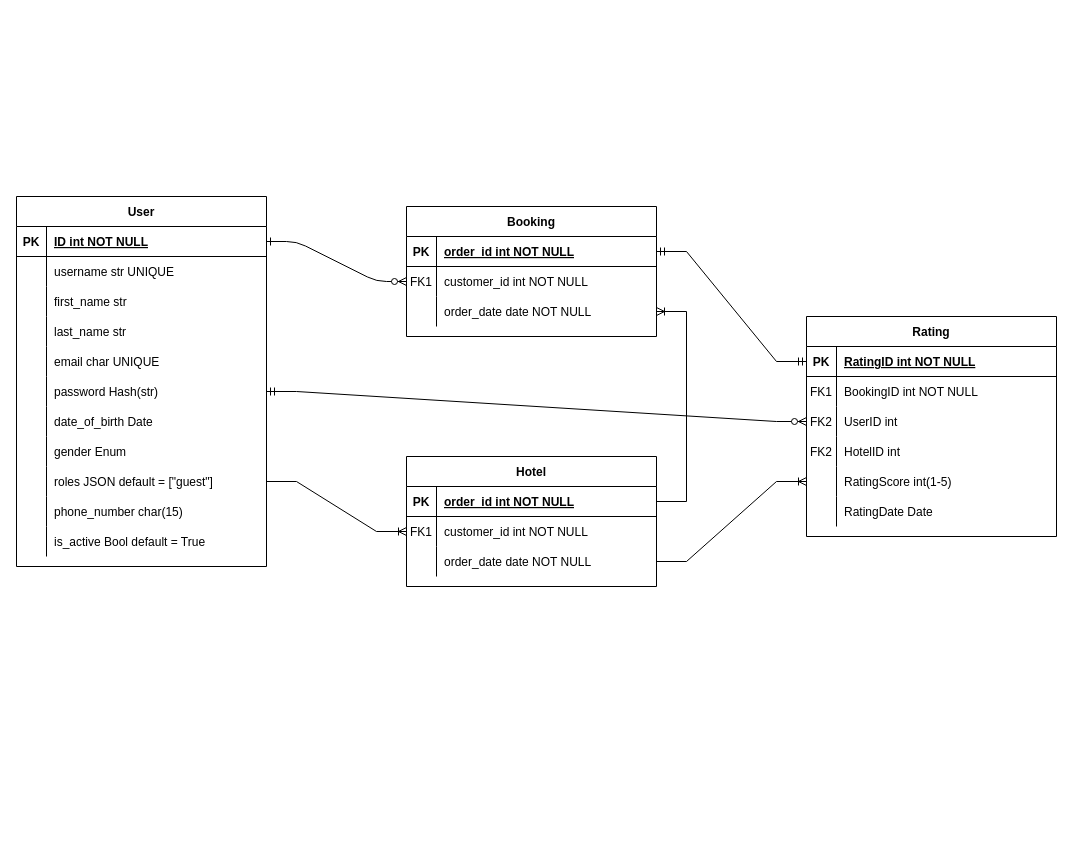
Earlier version of the draw.io diagram ER diagram.drawio (YunusEmreBEYAZ/fastApi-exercise). Source tidied: cells renumbered, new cells numbered last; positions are measured from the earlier drawing's top-left corner, leaving out a move shared by most shapes. Both pictures are drawn from the tidied source at 100%, with x=0, y=0 at pixel (16, 196).
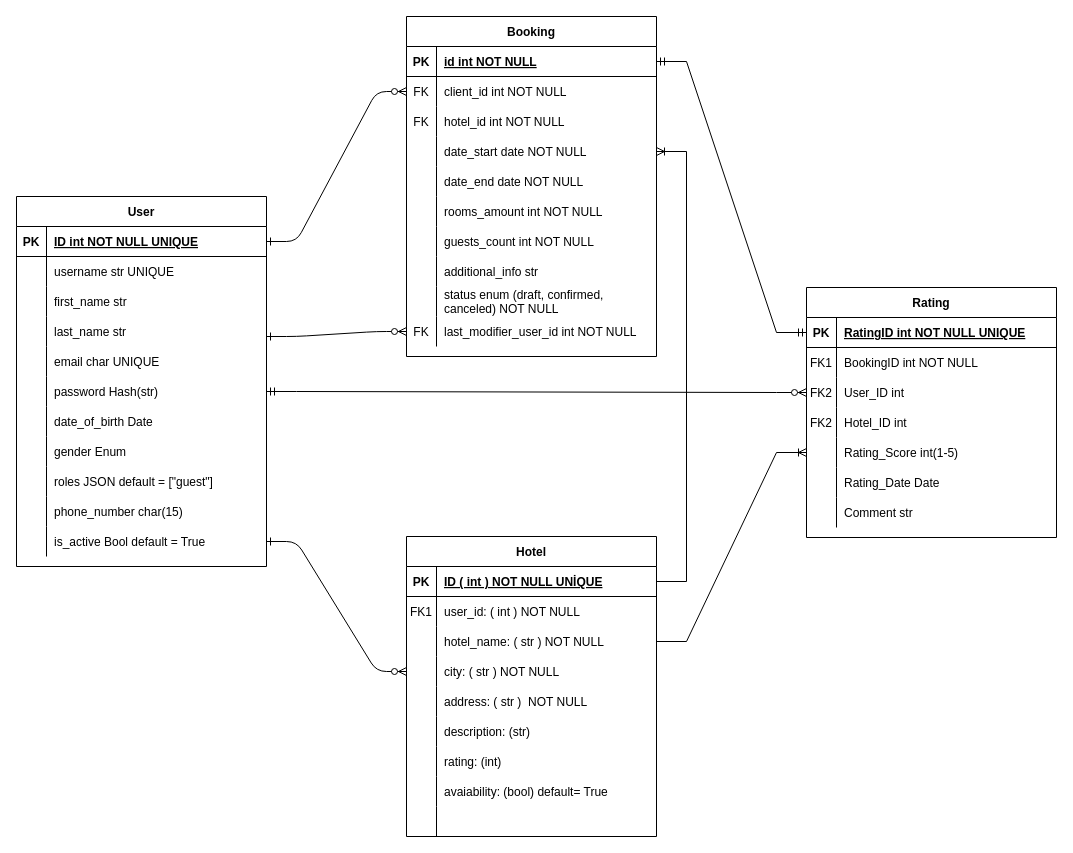
The same diagram, later.

The change refers to these unchanged cells:
```xml
<mxCell id="4" style="shape=partialRectangle;fillColor=none;points=[[0,0.5],[1,0.5]];portConstraint=eastwest;top=0;left=0;right=0;bottom=1;" parent="3" vertex="1">
  <mxGeometry y="30" width="250" height="30" as="geometry" />
</mxCell>
<mxCell id="7" style="shape=partialRectangle;fillColor=none;points=[[0,0.5],[1,0.5]];portConstraint=eastwest;top=0;left=0;right=0;bottom=0;" parent="3" vertex="1">
  <mxGeometry y="60" width="250" height="30" as="geometry" />
</mxCell>
<mxCell id="14" style="shape=partialRectangle;fillColor=none;points=[[0,0.5],[1,0.5]];portConstraint=eastwest;top=0;left=0;right=0;bottom=1;" parent="13" vertex="1">
  <mxGeometry y="30" width="250" height="30" as="geometry" />
</mxCell>
<mxCell id="38" style="shape=partialRectangle;fillColor=none;points=[[0,0.5],[1,0.5]];portConstraint=eastwest;top=0;left=0;right=0;bottom=0;" parent="13" vertex="1">
  <mxGeometry y="270" width="250" height="30" as="geometry" />
</mxCell>
<mxCell id="44" style="shape=partialRectangle;fillColor=none;points=[[0,0.5],[1,0.5]];portConstraint=eastwest;top=0;left=0;right=0;bottom=0;" parent="13" vertex="1">
  <mxGeometry y="330" width="250" height="30" as="geometry" />
</mxCell>
<mxCell id="48" style="shape=partialRectangle;fillColor=none;points=[[0,0.5],[1,0.5]];portConstraint=eastwest;top=0;left=0;right=0;bottom=1;" parent="47" vertex="1">
  <mxGeometry y="30" width="250" height="30" as="geometry" />
</mxCell>
<mxCell id="51" style="shape=partialRectangle;fillColor=none;points=[[0,0.5],[1,0.5]];portConstraint=eastwest;top=0;left=0;right=0;bottom=0;" parent="47" vertex="1">
  <mxGeometry y="60" width="250" height="30" as="geometry" />
</mxCell>
<mxCell id="54" style="shape=partialRectangle;fillColor=none;points=[[0,0.5],[1,0.5]];portConstraint=eastwest;top=0;left=0;right=0;bottom=0;" parent="47" vertex="1">
  <mxGeometry y="90" width="250" height="30" as="geometry" />
</mxCell>
<mxCell id="60" style="shape=partialRectangle;fillColor=none;points=[[0,0.5],[1,0.5]];portConstraint=eastwest;top=0;left=0;right=0;bottom=1;" parent="59" vertex="1">
  <mxGeometry y="30" width="250" height="30" as="geometry" />
</mxCell>
<mxCell id="66" style="shape=partialRectangle;fillColor=none;points=[[0,0.5],[1,0.5]];portConstraint=eastwest;top=0;left=0;right=0;bottom=0;" parent="59" vertex="1">
  <mxGeometry y="90" width="250" height="30" as="geometry" />
</mxCell>
<mxCell id="69" style="shape=partialRectangle;fillColor=none;top=0;left=0;right=0;bottom=0;" parent="59" vertex="1">
  <mxGeometry y="120" width="250" height="30" as="geometry" />
</mxCell>
<mxCell id="72" style="shape=partialRectangle;fillColor=none;points=[[0,0.5],[1,0.5]];portConstraint=eastwest;top=0;left=0;right=0;bottom=0;" parent="59" vertex="1">
  <mxGeometry y="150" width="250" height="30" as="geometry" />
</mxCell>
<mxCell id="75" style="shape=partialRectangle;fillColor=none;top=0;left=0;right=0;bottom=0;" parent="59" vertex="1">
  <mxGeometry y="180" width="250" height="30" as="geometry" />
</mxCell>
```

Diff of the diagram source:
```diff
@@
     <mxCell id="3" value="Booking" style="shape=table;startSize=30;childLayout=tableLayout;rowLines=0;fontStyle=1;align=center;" parent="1" vertex="1">
-      <mxGeometry x="390" y="10" width="250" height="130" as="geometry" />
+      <mxGeometry x="390" y="-180" width="250" height="340" as="geometry" />
     </mxCell>
@@
-    <mxCell id="6" value="order_id int NOT NULL " style="shape=partialRectangle;overflow=hidden;fillColor=none;top=0;left=0;bottom=0;right=0;align=left;spacingLeft=6;fontStyle=5;" parent="4" vertex="1">
+    <mxCell id="6" value="id int NOT NULL " style="shape=partialRectangle;overflow=hidden;fillColor=none;top=0;left=0;bottom=0;right=0;align=left;spacingLeft=6;fontStyle=5;" parent="4" vertex="1">
       <mxGeometry x="30" width="220" height="30" as="geometry" />
     </mxCell>
@@
-    <mxCell id="8" value="FK1" style="shape=partialRectangle;overflow=hidden;fillColor=none;top=0;left=0;bottom=0;right=0;" parent="7" vertex="1">
+    <mxCell id="8" value="FK" style="shape=partialRectangle;overflow=hidden;fillColor=none;top=0;left=0;bottom=0;right=0;" parent="7" vertex="1">
       <mxGeometry width="30" height="30" as="geometry" />
     </mxCell>
-    <mxCell id="9" value="customer_id int NOT NULL" style="shape=partialRectangle;overflow=hidden;fillColor=none;top=0;left=0;bottom=0;right=0;align=left;spacingLeft=6;" parent="7" vertex="1">
+    <mxCell id="9" value="client_id int NOT NULL" style="shape=partialRectangle;overflow=hidden;fillColor=none;top=0;left=0;bottom=0;right=0;align=left;spacingLeft=6;" parent="7" vertex="1">
       <mxGeometry x="30" width="220" height="30" as="geometry" />
     </mxCell>
+    <mxCell id="81" style="shape=partialRectangle;fillColor=none;top=0;left=0;right=0;bottom=0;" parent="3" vertex="1">
+      <mxGeometry y="90" width="250" height="30" as="geometry" />
+    </mxCell>
+    <mxCell id="82" value="FK" style="shape=partialRectangle;overflow=hidden;fillColor=none;top=0;left=0;bottom=0;right=0;" parent="81" vertex="1">
+      <mxGeometry width="30" height="30" as="geometry" />
+    </mxCell>
+    <mxCell id="83" value="hotel_id int NOT NULL" style="shape=partialRectangle;overflow=hidden;fillColor=none;top=0;left=0;bottom=0;right=0;align=left;spacingLeft=6;" parent="81" vertex="1">
+      <mxGeometry x="30" width="220" height="30" as="geometry" />
+    </mxCell>
     <mxCell id="10" style="shape=partialRectangle;fillColor=none;points=[[0,0.5],[1,0.5]];portConstraint=eastwest;top=0;left=0;right=0;bottom=0;" parent="3" vertex="1">
-      <mxGeometry y="90" width="250" height="30" as="geometry" />
+      <mxGeometry y="120" width="250" height="30" as="geometry" />
     </mxCell>
@@
-    <mxCell id="12" value="order_date date NOT NULL" style="shape=partialRectangle;overflow=hidden;fillColor=none;top=0;left=0;bottom=0;right=0;align=left;spacingLeft=6;" parent="10" vertex="1">
+    <mxCell id="12" value="date_start date NOT NULL" style="shape=partialRectangle;overflow=hidden;fillColor=none;top=0;left=0;bottom=0;right=0;align=left;spacingLeft=6;" parent="10" vertex="1">
       <mxGeometry x="30" width="220" height="30" as="geometry" />
     </mxCell>
+    <mxCell id="84" style="shape=partialRectangle;fillColor=none;top=0;left=0;right=0;bottom=0;" parent="3" vertex="1">
+      <mxGeometry y="150" width="250" height="30" as="geometry" />
+    </mxCell>
+    <mxCell id="85" style="shape=partialRectangle;overflow=hidden;fillColor=none;top=0;left=0;bottom=0;right=0;" parent="84" vertex="1">
+      <mxGeometry width="30" height="30" as="geometry" />
+    </mxCell>
+    <mxCell id="86" value="date_end date NOT NULL" style="shape=partialRectangle;overflow=hidden;fillColor=none;top=0;left=0;bottom=0;right=0;align=left;spacingLeft=6;" parent="84" vertex="1">
+      <mxGeometry x="30" width="220" height="30" as="geometry" />
+    </mxCell>
+    <mxCell id="87" style="shape=partialRectangle;fillColor=none;top=0;left=0;right=0;bottom=0;" parent="3" vertex="1">
+      <mxGeometry y="180" width="250" height="30" as="geometry" />
+    </mxCell>
+    <mxCell id="88" style="shape=partialRectangle;overflow=hidden;fillColor=none;top=0;left=0;bottom=0;right=0;" parent="87" vertex="1">
+      <mxGeometry width="30" height="30" as="geometry" />
+    </mxCell>
+    <mxCell id="89" value="rooms_amount int NOT NULL" style="shape=partialRectangle;overflow=hidden;fillColor=none;top=0;left=0;bottom=0;right=0;align=left;spacingLeft=6;" parent="87" vertex="1">
+      <mxGeometry x="30" width="220" height="30" as="geometry" />
+    </mxCell>
+    <mxCell id="90" style="shape=partialRectangle;fillColor=none;top=0;left=0;right=0;bottom=0;" parent="3" vertex="1">
+      <mxGeometry y="210" width="250" height="30" as="geometry" />
+    </mxCell>
+    <mxCell id="91" style="shape=partialRectangle;overflow=hidden;fillColor=none;top=0;left=0;bottom=0;right=0;" parent="90" vertex="1">
+      <mxGeometry width="30" height="30" as="geometry" />
+    </mxCell>
+    <mxCell id="92" value="guests_count int NOT NULL" style="shape=partialRectangle;overflow=hidden;fillColor=none;top=0;left=0;bottom=0;right=0;align=left;spacingLeft=6;" parent="90" vertex="1">
+      <mxGeometry x="30" width="220" height="30" as="geometry" />
+    </mxCell>
+    <mxCell id="93" style="shape=partialRectangle;fillColor=none;top=0;left=0;right=0;bottom=0;" parent="3" vertex="1">
+      <mxGeometry y="240" width="250" height="30" as="geometry" />
+    </mxCell>
+    <mxCell id="94" style="shape=partialRectangle;overflow=hidden;fillColor=none;top=0;left=0;bottom=0;right=0;" parent="93" vertex="1">
+      <mxGeometry width="30" height="30" as="geometry" />
+    </mxCell>
+    <mxCell id="95" value="additional_info str" style="shape=partialRectangle;overflow=hidden;fillColor=none;top=0;left=0;bottom=0;right=0;align=left;spacingLeft=6;" parent="93" vertex="1">
+      <mxGeometry x="30" width="220" height="30" as="geometry" />
+    </mxCell>
+    <mxCell id="96" style="shape=partialRectangle;fillColor=none;top=0;left=0;right=0;bottom=0;" parent="3" vertex="1">
+      <mxGeometry y="270" width="250" height="30" as="geometry" />
+    </mxCell>
+    <mxCell id="97" style="shape=partialRectangle;overflow=hidden;fillColor=none;top=0;left=0;bottom=0;right=0;" parent="96" vertex="1">
+      <mxGeometry width="30" height="30" as="geometry" />
+    </mxCell>
+    <mxCell id="98" value="status enum (draft, confirmed,&#10;canceled) NOT NULL&#10;" style="shape=partialRectangle;overflow=hidden;fillColor=none;top=0;left=0;bottom=0;right=0;align=left;spacingLeft=6;" parent="96" vertex="1">
+      <mxGeometry x="30" width="220" height="30" as="geometry" />
+    </mxCell>
+    <mxCell id="99" style="shape=partialRectangle;fillColor=none;points=[[0,0.5],[1,0.5]];portConstraint=eastwest;top=0;left=0;right=0;bottom=0;" parent="3" vertex="1">
+      <mxGeometry y="300" width="250" height="30" as="geometry" />
+    </mxCell>
+    <mxCell id="100" value="FK" style="shape=partialRectangle;overflow=hidden;fillColor=none;top=0;left=0;bottom=0;right=0;" parent="99" vertex="1">
+      <mxGeometry width="30" height="30" as="geometry" />
+    </mxCell>
+    <mxCell id="101" value="last_modifier_user_id int NOT NULL" style="shape=partialRectangle;overflow=hidden;fillColor=none;top=0;left=0;bottom=0;right=0;align=left;spacingLeft=6;" parent="99" vertex="1">
+      <mxGeometry x="30" width="220" height="30" as="geometry" />
+    </mxCell>
@@
-    <mxCell id="16" value="ID int NOT NULL " style="shape=partialRectangle;overflow=hidden;fillColor=none;top=0;left=0;bottom=0;right=0;align=left;spacingLeft=6;fontStyle=5;" parent="14" vertex="1">
+    <mxCell id="16" value="ID int NOT NULL UNIQUE" style="shape=partialRectangle;overflow=hidden;fillColor=none;top=0;left=0;bottom=0;right=0;align=left;spacingLeft=6;fontStyle=5;" parent="14" vertex="1">
       <mxGeometry x="30" width="220" height="30" as="geometry" />
     </mxCell>
@@
     <mxCell id="47" value="Hotel" style="shape=table;startSize=30;childLayout=tableLayout;rowLines=0;fontStyle=1;align=center;" parent="1" vertex="1">
-      <mxGeometry x="390" y="260" width="250" height="130" as="geometry" />
+      <mxGeometry x="390" y="340" width="250" height="300" as="geometry" />
     </mxCell>
@@
-    <mxCell id="50" value="order_id int NOT NULL " style="shape=partialRectangle;overflow=hidden;fillColor=none;top=0;left=0;bottom=0;right=0;align=left;spacingLeft=6;fontStyle=5;" parent="48" vertex="1">
+    <mxCell id="50" value="ID ( int ) NOT NULL UNİQUE" style="shape=partialRectangle;overflow=hidden;fillColor=none;top=0;left=0;bottom=0;right=0;align=left;spacingLeft=6;fontStyle=5;" parent="48" vertex="1">
       <mxGeometry x="30" width="220" height="30" as="geometry" />
     </mxCell>
@@
-    <mxCell id="53" value="customer_id int NOT NULL" style="shape=partialRectangle;overflow=hidden;fillColor=none;top=0;left=0;bottom=0;right=0;align=left;spacingLeft=6;" parent="51" vertex="1">
+    <mxCell id="53" value="user_id: ( int ) NOT NULL" style="shape=partialRectangle;overflow=hidden;fillColor=none;top=0;left=0;bottom=0;right=0;align=left;spacingLeft=6;" parent="51" vertex="1">
       <mxGeometry x="30" width="220" height="30" as="geometry" />
     </mxCell>
@@
-    <mxCell id="56" value="order_date date NOT NULL" style="shape=partialRectangle;overflow=hidden;fillColor=none;top=0;left=0;bottom=0;right=0;align=left;spacingLeft=6;" parent="54" vertex="1">
+    <mxCell id="56" value="hotel_name: ( str ) NOT NULL" style="shape=partialRectangle;overflow=hidden;fillColor=none;top=0;left=0;bottom=0;right=0;align=left;spacingLeft=6;" parent="54" vertex="1">
       <mxGeometry x="30" width="220" height="30" as="geometry" />
     </mxCell>
-    <mxCell id="57" style="edgeStyle=entityRelationEdgeStyle;fontSize=12;html=1;endArrow=ERoneToMany;rounded=0;entryX=0;entryY=0.5;entryDx=0;entryDy=0;exitX=1;exitY=0.5;exitDx=0;exitDy=0;" parent="1" edge="1" source="38" target="51">
-      <mxGeometry relative="1" as="geometry" />
-    </mxCell>
+    <mxCell id="102" style="shape=partialRectangle;fillColor=none;points=[[0,0.5],[1,0.5]];portConstraint=eastwest;top=0;left=0;right=0;bottom=0;" parent="47" vertex="1">
+      <mxGeometry y="120" width="250" height="30" as="geometry" />
+    </mxCell>
+    <mxCell id="103" style="shape=partialRectangle;overflow=hidden;fillColor=none;top=0;left=0;bottom=0;right=0;" parent="102" vertex="1">
+      <mxGeometry width="30" height="30" as="geometry" />
+    </mxCell>
+    <mxCell id="104" value="city: ( str ) NOT NULL" style="shape=partialRectangle;overflow=hidden;fillColor=none;top=0;left=0;bottom=0;right=0;align=left;spacingLeft=6;" parent="102" vertex="1">
+      <mxGeometry x="30" width="220" height="30" as="geometry" />
+    </mxCell>
+    <mxCell id="105" style="shape=partialRectangle;fillColor=none;top=0;left=0;right=0;bottom=0;" parent="47" vertex="1">
+      <mxGeometry y="150" width="250" height="30" as="geometry" />
+    </mxCell>
+    <mxCell id="106" style="shape=partialRectangle;overflow=hidden;fillColor=none;top=0;left=0;bottom=0;right=0;" parent="105" vertex="1">
+      <mxGeometry width="30" height="30" as="geometry" />
+    </mxCell>
+    <mxCell id="107" value="address: ( str )  NOT NULL" style="shape=partialRectangle;overflow=hidden;fillColor=none;top=0;left=0;bottom=0;right=0;align=left;spacingLeft=6;" parent="105" vertex="1">
+      <mxGeometry x="30" width="220" height="30" as="geometry" />
+    </mxCell>
+    <mxCell id="108" style="shape=partialRectangle;fillColor=none;top=0;left=0;right=0;bottom=0;" parent="47" vertex="1">
+      <mxGeometry y="180" width="250" height="30" as="geometry" />
+    </mxCell>
+    <mxCell id="109" style="shape=partialRectangle;overflow=hidden;fillColor=none;top=0;left=0;bottom=0;right=0;" parent="108" vertex="1">
+      <mxGeometry width="30" height="30" as="geometry" />
+    </mxCell>
+    <mxCell id="110" value="description: (str)" style="shape=partialRectangle;overflow=hidden;fillColor=none;top=0;left=0;bottom=0;right=0;align=left;spacingLeft=6;" parent="108" vertex="1">
+      <mxGeometry x="30" width="220" height="30" as="geometry" />
+    </mxCell>
+    <mxCell id="111" style="shape=partialRectangle;fillColor=none;top=0;left=0;right=0;bottom=0;" parent="47" vertex="1">
+      <mxGeometry y="210" width="250" height="30" as="geometry" />
+    </mxCell>
+    <mxCell id="112" style="shape=partialRectangle;overflow=hidden;fillColor=none;top=0;left=0;bottom=0;right=0;" parent="111" vertex="1">
+      <mxGeometry width="30" height="30" as="geometry" />
+    </mxCell>
+    <mxCell id="113" value="rating: (int)" style="shape=partialRectangle;overflow=hidden;fillColor=none;top=0;left=0;bottom=0;right=0;align=left;spacingLeft=6;" parent="111" vertex="1">
+      <mxGeometry x="30" width="220" height="30" as="geometry" />
+    </mxCell>
+    <mxCell id="114" style="shape=partialRectangle;fillColor=none;top=0;left=0;right=0;bottom=0;" parent="47" vertex="1">
+      <mxGeometry y="240" width="250" height="30" as="geometry" />
+    </mxCell>
+    <mxCell id="115" style="shape=partialRectangle;overflow=hidden;fillColor=none;top=0;left=0;bottom=0;right=0;" parent="114" vertex="1">
+      <mxGeometry width="30" height="30" as="geometry" />
+    </mxCell>
+    <mxCell id="116" value="avaiability: (bool) default= True" style="shape=partialRectangle;overflow=hidden;fillColor=none;top=0;left=0;bottom=0;right=0;align=left;spacingLeft=6;" parent="114" vertex="1">
+      <mxGeometry x="30" width="220" height="30" as="geometry" />
+    </mxCell>
+    <mxCell id="117" style="shape=partialRectangle;fillColor=none;top=0;left=0;right=0;bottom=0;" parent="47" vertex="1">
+      <mxGeometry y="270" width="250" height="30" as="geometry" />
+    </mxCell>
+    <mxCell id="118" style="shape=partialRectangle;overflow=hidden;fillColor=none;top=0;left=0;bottom=0;right=0;" parent="117" vertex="1">
+      <mxGeometry width="30" height="30" as="geometry" />
+    </mxCell>
+    <mxCell id="119" style="shape=partialRectangle;overflow=hidden;fillColor=none;top=0;left=0;bottom=0;right=0;align=left;spacingLeft=6;" parent="117" vertex="1">
+      <mxGeometry x="30" width="220" height="30" as="geometry" />
+    </mxCell>
@@
     <mxCell id="59" value="Rating" style="shape=table;startSize=30;childLayout=tableLayout;rowLines=0;fontStyle=1;align=center;" parent="1" vertex="1">
-      <mxGeometry x="790" y="120" width="250" height="220" as="geometry" />
+      <mxGeometry x="790" y="91" width="250" height="250" as="geometry" />
     </mxCell>
@@
-    <mxCell id="62" value="RatingID int NOT NULL " style="shape=partialRectangle;overflow=hidden;fillColor=none;top=0;left=0;bottom=0;right=0;align=left;spacingLeft=6;fontStyle=5;" parent="60" vertex="1">
+    <mxCell id="62" value="RatingID int NOT NULL UNIQUE" style="shape=partialRectangle;overflow=hidden;fillColor=none;top=0;left=0;bottom=0;right=0;align=left;spacingLeft=6;fontStyle=5;" parent="60" vertex="1">
       <mxGeometry x="30" width="220" height="30" as="geometry" />
     </mxCell>
@@
-    <mxCell id="68" value="UserID int" style="shape=partialRectangle;overflow=hidden;fillColor=none;top=0;left=0;bottom=0;right=0;align=left;spacingLeft=6;" parent="66" vertex="1">
+    <mxCell id="68" value="User_ID int" style="shape=partialRectangle;overflow=hidden;fillColor=none;top=0;left=0;bottom=0;right=0;align=left;spacingLeft=6;" parent="66" vertex="1">
       <mxGeometry x="30" width="220" height="30" as="geometry" />
     </mxCell>
@@
-    <mxCell id="71" value="HotelID int" style="shape=partialRectangle;overflow=hidden;fillColor=none;top=0;left=0;bottom=0;right=0;align=left;spacingLeft=6;" parent="69" vertex="1">
+    <mxCell id="71" value="Hotel_ID int" style="shape=partialRectangle;overflow=hidden;fillColor=none;top=0;left=0;bottom=0;right=0;align=left;spacingLeft=6;" parent="69" vertex="1">
       <mxGeometry x="30" width="220" height="30" as="geometry" />
     </mxCell>
@@
-    <mxCell id="74" value="RatingScore int(1-5)" style="shape=partialRectangle;overflow=hidden;fillColor=none;top=0;left=0;bottom=0;right=0;align=left;spacingLeft=6;" parent="72" vertex="1">
+    <mxCell id="74" value="Rating_Score int(1-5)" style="shape=partialRectangle;overflow=hidden;fillColor=none;top=0;left=0;bottom=0;right=0;align=left;spacingLeft=6;" parent="72" vertex="1">
       <mxGeometry x="30" width="220" height="30" as="geometry" />
     </mxCell>
@@
-    <mxCell id="77" value="RatingDate Date" style="shape=partialRectangle;overflow=hidden;fillColor=none;top=0;left=0;bottom=0;right=0;align=left;spacingLeft=6;" parent="75" vertex="1">
+    <mxCell id="77" value="Rating_Date Date" style="shape=partialRectangle;overflow=hidden;fillColor=none;top=0;left=0;bottom=0;right=0;align=left;spacingLeft=6;" parent="75" vertex="1">
       <mxGeometry x="30" width="220" height="30" as="geometry" />
     </mxCell>
+    <mxCell id="120" style="shape=partialRectangle;fillColor=none;top=0;left=0;right=0;bottom=0;" parent="59" vertex="1">
+      <mxGeometry y="210" width="250" height="30" as="geometry" />
+    </mxCell>
+    <mxCell id="121" style="shape=partialRectangle;overflow=hidden;fillColor=none;top=0;left=0;bottom=0;right=0;" parent="120" vertex="1">
+      <mxGeometry width="30" height="30" as="geometry" />
+    </mxCell>
+    <mxCell id="122" value="Comment str" style="shape=partialRectangle;overflow=hidden;fillColor=none;top=0;left=0;bottom=0;right=0;align=left;spacingLeft=6;" parent="120" vertex="1">
+      <mxGeometry x="30" width="220" height="30" as="geometry" />
+    </mxCell>
@@
+    <mxCell id="123" style="edgeStyle=entityRelationEdgeStyle;endArrow=ERzeroToMany;startArrow=ERone;endFill=1;startFill=0;exitX=1;exitY=0.5;exitDx=0;exitDy=0;entryX=0;entryY=0.5;entryDx=0;entryDy=0;" parent="1" edge="1" source="44" target="102">
+      <mxGeometry relative="1" as="geometry">
+        <Array as="points">
+          <mxPoint x="330" y="505" />
+        </Array>
+      </mxGeometry>
+    </mxCell>
+    <mxCell id="124" style="edgeStyle=entityRelationEdgeStyle;endArrow=ERzeroToMany;startArrow=ERone;endFill=1;startFill=0;entryX=0;entryY=0.5;entryDx=0;entryDy=0;" parent="1" edge="1" target="99">
+      <mxGeometry relative="1" as="geometry">
+        <mxPoint x="250" y="140" as="sourcePoint" />
+        <Array as="points">
+          <mxPoint x="360" y="185" />
+          <mxPoint x="390" y="130" />
+        </Array>
+      </mxGeometry>
+    </mxCell>
```
